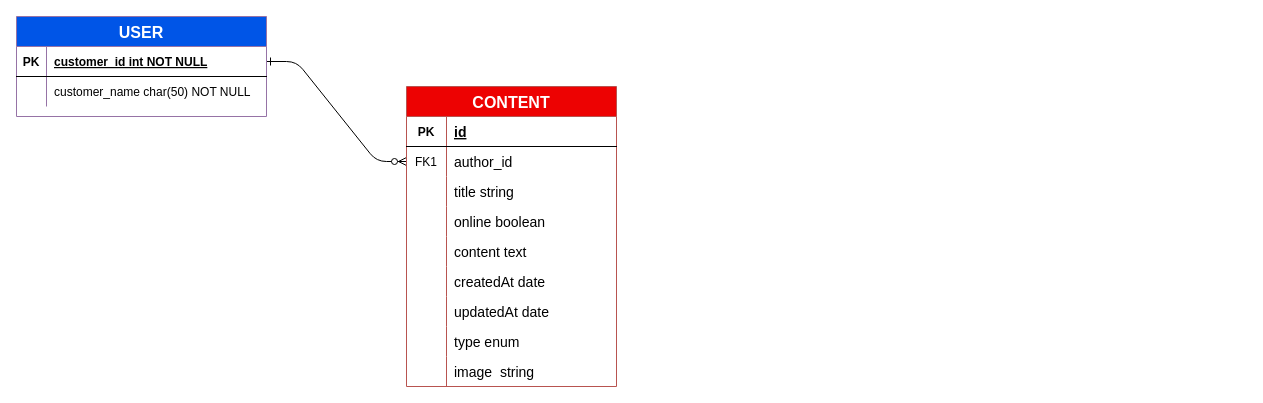
Earlier version of the draw.io diagram Untitled Diagram.drawio (linkmatgit/perso). Source tidied: cells renumbered, new cells numbered last; positions are measured from the earlier drawing's top-left corner, leaving out a move shared by most shapes. Both pictures are drawn from the tidied source at 100%, with x=0, y=0 at pixel (16, 16).
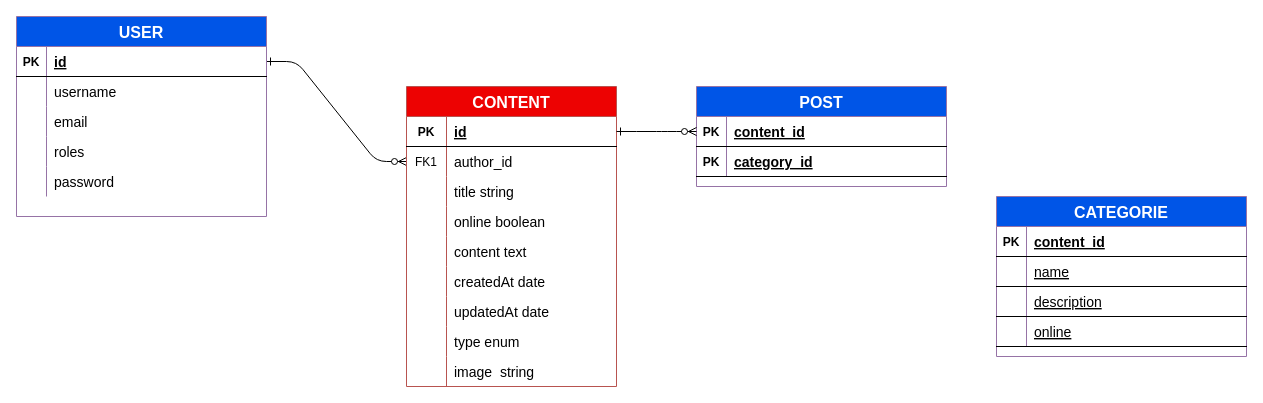
The same diagram, later.

Unchanged cells that the change refers to:
```xml
<mxCell id="4" style="shape=partialRectangle;fillColor=none;points=[[0,0.5],[1,0.5]];portConstraint=eastwest;top=0;left=0;right=0;bottom=1;" parent="3" vertex="1">
  <mxGeometry y="30" width="210" height="30" as="geometry" />
</mxCell>
<mxCell id="32" style="shape=partialRectangle;fillColor=none;points=[[0,0.5],[1,0.5]];portConstraint=eastwest;top=0;left=0;right=0;bottom=1;" parent="31" vertex="1">
  <mxGeometry y="30" width="250" height="30" as="geometry" />
</mxCell>
<mxCell id="35" style="shape=partialRectangle;fillColor=none;top=0;left=0;right=0;bottom=0;" parent="31" vertex="1">
  <mxGeometry y="60" width="250" height="30" as="geometry" />
</mxCell>
```

The edit, as a diff of the source:
```diff
@@
     <mxCell id="31" value="USER" style="shape=table;startSize=30;childLayout=tableLayout;rowLines=0;fontStyle=1;align=center;strokeColor=#9673a6;swimlaneFillColor=none;fillColor=#0055E7;fontColor=#FFFFFF;fontSize=16;" parent="1" vertex="1">
-      <mxGeometry width="250" height="100" as="geometry" />
+      <mxGeometry width="250" height="200" as="geometry" />
     </mxCell>
@@
-    <mxCell id="34" value="customer_id int NOT NULL " style="shape=partialRectangle;overflow=hidden;fillColor=none;top=0;left=0;bottom=0;right=0;align=left;spacingLeft=6;fontStyle=5;" parent="32" vertex="1">
+    <mxCell id="34" value="id" style="shape=partialRectangle;overflow=hidden;fillColor=none;top=0;left=0;bottom=0;right=0;align=left;spacingLeft=6;fontStyle=5;fontSize=14;" parent="32" vertex="1">
       <mxGeometry x="30" width="220" height="30" as="geometry" />
     </mxCell>
@@
-    <mxCell id="37" value="customer_name char(50) NOT NULL" style="shape=partialRectangle;overflow=hidden;fillColor=none;top=0;left=0;bottom=0;right=0;align=left;spacingLeft=6;" parent="35" vertex="1">
+    <mxCell id="37" value="username" style="shape=partialRectangle;overflow=hidden;fillColor=none;top=0;left=0;bottom=0;right=0;align=left;spacingLeft=6;fontSize=14;" parent="35" vertex="1">
       <mxGeometry x="30" width="220" height="30" as="geometry" />
     </mxCell>
+    <mxCell id="38" style="shape=partialRectangle;fillColor=none;top=0;left=0;right=0;bottom=0;" parent="31" vertex="1">
+      <mxGeometry y="90" width="250" height="30" as="geometry" />
+    </mxCell>
+    <mxCell id="39" style="shape=partialRectangle;overflow=hidden;fillColor=none;top=0;left=0;bottom=0;right=0;" parent="38" vertex="1">
+      <mxGeometry width="30" height="30" as="geometry" />
+    </mxCell>
+    <mxCell id="40" value="email" style="shape=partialRectangle;overflow=hidden;fillColor=none;top=0;left=0;bottom=0;right=0;align=left;spacingLeft=6;fontSize=14;" parent="38" vertex="1">
+      <mxGeometry x="30" width="220" height="30" as="geometry" />
+    </mxCell>
+    <mxCell id="41" style="shape=partialRectangle;fillColor=none;top=0;left=0;right=0;bottom=0;" parent="31" vertex="1">
+      <mxGeometry y="120" width="250" height="30" as="geometry" />
+    </mxCell>
+    <mxCell id="42" style="shape=partialRectangle;overflow=hidden;fillColor=none;top=0;left=0;bottom=0;right=0;" parent="41" vertex="1">
+      <mxGeometry width="30" height="30" as="geometry" />
+    </mxCell>
+    <mxCell id="43" value="roles" style="shape=partialRectangle;overflow=hidden;fillColor=none;top=0;left=0;bottom=0;right=0;align=left;spacingLeft=6;fontSize=14;" parent="41" vertex="1">
+      <mxGeometry x="30" width="220" height="30" as="geometry" />
+    </mxCell>
+    <mxCell id="44" style="shape=partialRectangle;fillColor=none;top=0;left=0;right=0;bottom=0;" parent="31" vertex="1">
+      <mxGeometry y="150" width="250" height="30" as="geometry" />
+    </mxCell>
+    <mxCell id="45" style="shape=partialRectangle;overflow=hidden;fillColor=none;top=0;left=0;bottom=0;right=0;" parent="44" vertex="1">
+      <mxGeometry width="30" height="30" as="geometry" />
+    </mxCell>
+    <mxCell id="46" value="password" style="shape=partialRectangle;overflow=hidden;fillColor=none;top=0;left=0;bottom=0;right=0;align=left;spacingLeft=6;fontSize=14;" parent="44" vertex="1">
+      <mxGeometry x="30" width="220" height="30" as="geometry" />
+    </mxCell>
+    <mxCell id="47" value="POST" style="shape=table;startSize=30;childLayout=tableLayout;rowLines=0;fontStyle=1;align=center;strokeColor=#9673a6;swimlaneFillColor=none;fillColor=#0055E7;fontColor=#FFFFFF;fontSize=16;" parent="1" vertex="1">
+      <mxGeometry x="680" y="70" width="250" height="100" as="geometry" />
+    </mxCell>
+    <mxCell id="48" style="shape=partialRectangle;fillColor=none;points=[[0,0.5],[1,0.5]];portConstraint=eastwest;top=0;left=0;right=0;bottom=1;" parent="47" vertex="1">
+      <mxGeometry y="30" width="250" height="30" as="geometry" />
+    </mxCell>
+    <mxCell id="49" value="PK" style="shape=partialRectangle;overflow=hidden;fillColor=none;top=0;left=0;bottom=0;right=0;fontStyle=1;" parent="48" vertex="1">
+      <mxGeometry width="30" height="30" as="geometry" />
+    </mxCell>
+    <mxCell id="50" value="content_id" style="shape=partialRectangle;overflow=hidden;fillColor=none;top=0;left=0;bottom=0;right=0;align=left;spacingLeft=6;fontStyle=5;fontSize=14;" parent="48" vertex="1">
+      <mxGeometry x="30" width="220" height="30" as="geometry" />
+    </mxCell>
+    <mxCell id="51" style="shape=partialRectangle;fillColor=none;top=0;left=0;right=0;bottom=1;" parent="47" vertex="1">
+      <mxGeometry y="60" width="250" height="30" as="geometry" />
+    </mxCell>
+    <mxCell id="52" value="PK" style="shape=partialRectangle;overflow=hidden;fillColor=none;top=0;left=0;bottom=0;right=0;fontStyle=1;" parent="51" vertex="1">
+      <mxGeometry width="30" height="30" as="geometry" />
+    </mxCell>
+    <mxCell id="53" value="category_id" style="shape=partialRectangle;overflow=hidden;fillColor=none;top=0;left=0;bottom=0;right=0;align=left;spacingLeft=6;fontStyle=5;fontSize=14;" parent="51" vertex="1">
+      <mxGeometry x="30" width="220" height="30" as="geometry" />
+    </mxCell>
+    <mxCell id="54" style="edgeStyle=entityRelationEdgeStyle;endArrow=ERzeroToMany;startArrow=ERone;endFill=1;startFill=0;exitX=1;exitY=0.5;exitDx=0;exitDy=0;" parent="1" edge="1" source="4" target="48">
+      <mxGeometry relative="1" as="geometry" />
+    </mxCell>
+    <mxCell id="55" value="CATEGORIE" style="shape=table;startSize=30;childLayout=tableLayout;rowLines=0;fontStyle=1;align=center;strokeColor=#9673a6;swimlaneFillColor=none;fillColor=#0055E7;fontColor=#FFFFFF;fontSize=16;" parent="1" vertex="1">
+      <mxGeometry x="980" y="180" width="250" height="160" as="geometry" />
+    </mxCell>
+    <mxCell id="56" style="shape=partialRectangle;fillColor=none;top=0;left=0;right=0;bottom=1;" parent="55" vertex="1">
+      <mxGeometry y="30" width="250" height="30" as="geometry" />
+    </mxCell>
+    <mxCell id="57" value="PK" style="shape=partialRectangle;overflow=hidden;fillColor=none;top=0;left=0;bottom=0;right=0;fontStyle=1;" parent="56" vertex="1">
+      <mxGeometry width="30" height="30" as="geometry" />
+    </mxCell>
+    <mxCell id="58" value="content_id" style="shape=partialRectangle;overflow=hidden;fillColor=none;top=0;left=0;bottom=0;right=0;align=left;spacingLeft=6;fontStyle=5;fontSize=14;" parent="56" vertex="1">
+      <mxGeometry x="30" width="220" height="30" as="geometry" />
+    </mxCell>
+    <mxCell id="59" style="shape=partialRectangle;fillColor=none;top=0;left=0;right=0;bottom=1;" parent="55" vertex="1">
+      <mxGeometry y="60" width="250" height="30" as="geometry" />
+    </mxCell>
+    <mxCell id="60" style="shape=partialRectangle;overflow=hidden;fillColor=none;top=0;left=0;bottom=0;right=0;fontStyle=1;" parent="59" vertex="1">
+      <mxGeometry width="30" height="30" as="geometry" />
+    </mxCell>
+    <mxCell id="61" value="name" style="shape=partialRectangle;overflow=hidden;fillColor=none;top=0;left=0;bottom=0;right=0;align=left;spacingLeft=6;fontStyle=4;fontSize=14;" parent="59" vertex="1">
+      <mxGeometry x="30" width="220" height="30" as="geometry" />
+    </mxCell>
+    <mxCell id="62" style="shape=partialRectangle;fillColor=none;top=0;left=0;right=0;bottom=1;" parent="55" vertex="1">
+      <mxGeometry y="90" width="250" height="30" as="geometry" />
+    </mxCell>
+    <mxCell id="63" style="shape=partialRectangle;overflow=hidden;fillColor=none;top=0;left=0;bottom=0;right=0;fontStyle=1;" parent="62" vertex="1">
+      <mxGeometry width="30" height="30" as="geometry" />
+    </mxCell>
+    <mxCell id="64" value="description" style="shape=partialRectangle;overflow=hidden;fillColor=none;top=0;left=0;bottom=0;right=0;align=left;spacingLeft=6;fontStyle=4;fontSize=14;" parent="62" vertex="1">
+      <mxGeometry x="30" width="220" height="30" as="geometry" />
+    </mxCell>
+    <mxCell id="65" style="shape=partialRectangle;fillColor=none;top=0;left=0;right=0;bottom=1;" parent="55" vertex="1">
+      <mxGeometry y="120" width="250" height="30" as="geometry" />
+    </mxCell>
+    <mxCell id="66" style="shape=partialRectangle;overflow=hidden;fillColor=none;top=0;left=0;bottom=0;right=0;fontStyle=1;" parent="65" vertex="1">
+      <mxGeometry width="30" height="30" as="geometry" />
+    </mxCell>
+    <mxCell id="67" value="online" style="shape=partialRectangle;overflow=hidden;fillColor=none;top=0;left=0;bottom=0;right=0;align=left;spacingLeft=6;fontStyle=4;fontSize=14;" parent="65" vertex="1">
+      <mxGeometry x="30" width="220" height="30" as="geometry" />
+    </mxCell>
```
